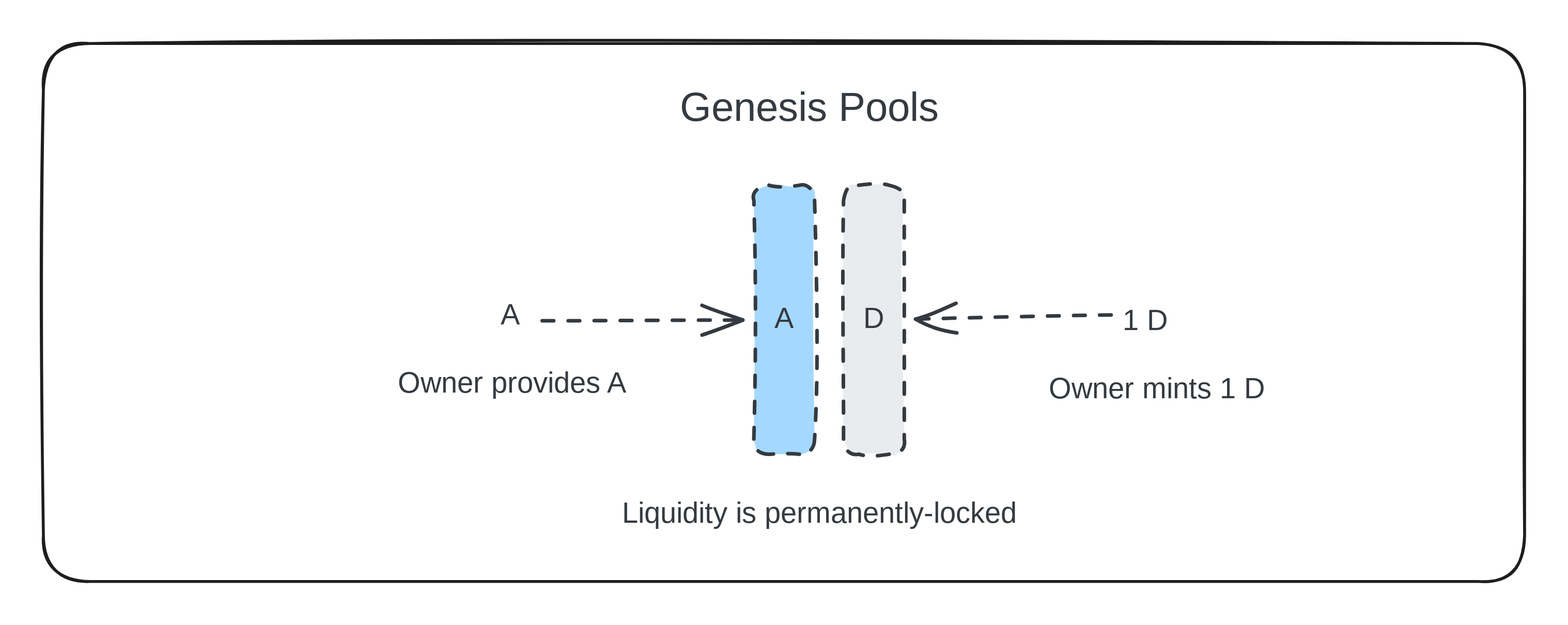
The Excalidraw diagram .gitbook/assets/file.excalidraw.svg in decaswap-labs/docs, before a commit. Source tidied: one line per element, renumbered; positions are measured from the earlier drawing's top-left corner, leaving out a move shared by most shapes.
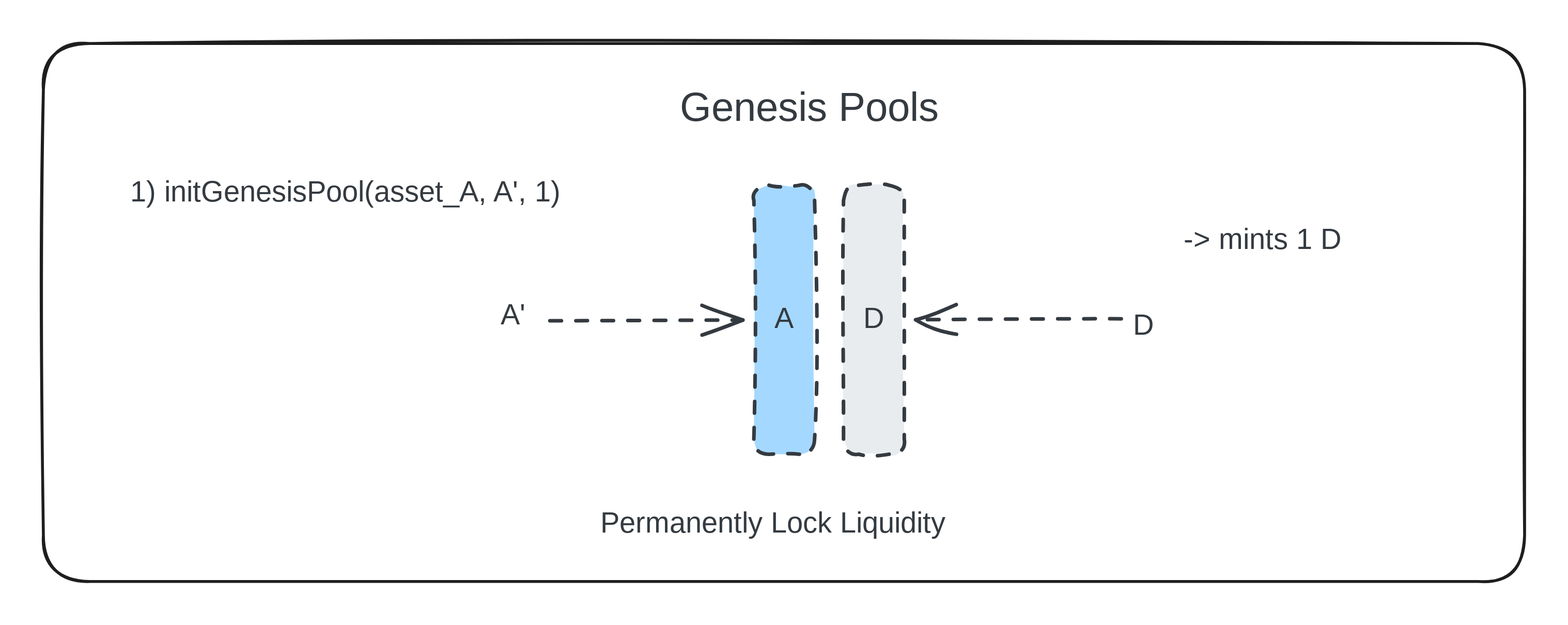
Above is the later version.

The edit, as a diff of the source:
```diff
@@ -1,13 +1,13 @@
 {"id": 0, "type": "rectangle", "strokeColor": "#343a40", "backgroundColor": "#e9ecef", "fillStyle": "solid", "strokeWidth": 2, "strokeStyle": "dashed", "roughness": 1, "round": true, "x": 553, "y": 98, "width": 42, "height": 186}
 {"id": 1, "type": "text", "text": "D", "strokeColor": "#343a40", "backgroundColor": "#e9ecef", "fillStyle": "solid", "strokeWidth": 2, "roughness": 1, "fontSize": 20, "fontFamily": 1, "textAlign": "center", "verticalAlign": "middle", "inside": 0, "x": 566, "y": 178, "width": 16, "height": 25}
-{"id": 2, "type": "arrow", "strokeColor": "#343a40", "backgroundColor": "#a5d8ff", "fillStyle": "solid", "strokeWidth": 2, "strokeStyle": "dashed", "roughness": 1, "endArrowhead": "arrow", "round": true, "from": 7, "to": 4, "x": 344, "y": 192, "width": 139, "height": 1, "points": [[0, 0], [139, -1]]}
+{"id": 2, "type": "arrow", "strokeColor": "#343a40", "backgroundColor": "#a5d8ff", "fillStyle": "solid", "strokeWidth": 2, "strokeStyle": "dashed", "roughness": 1, "endArrowhead": "arrow", "round": true, "from": 7, "to": 4, "x": 349, "y": 192, "width": 134, "height": 1, "points": [[0, 0], [134, -1]]}
-{"id": 3, "type": "arrow", "strokeColor": "#343a40", "backgroundColor": "#a5d8ff", "fillStyle": "solid", "strokeWidth": 2, "strokeStyle": "dashed", "roughness": 1, "endArrowhead": "arrow", "round": true, "from": 9, "to": 0, "x": 738, "y": 189, "width": 136, "height": 3, "points": [[0, 0], [-136, 3]]}
+{"id": 3, "type": "arrow", "strokeColor": "#343a40", "backgroundColor": "#a5d8ff", "fillStyle": "solid", "strokeWidth": 2, "strokeStyle": "dashed", "roughness": 1, "endArrowhead": "arrow", "round": true, "from": 9, "to": 0, "x": 745, "y": 192, "width": 143, "height": 0, "points": [[0, 0], [-143, 0]]}
 {"id": 4, "type": "rectangle", "strokeColor": "#343a40", "backgroundColor": "#a5d8ff", "fillStyle": "solid", "strokeWidth": 2, "strokeStyle": "dashed", "roughness": 1, "round": true, "x": 491, "y": 98, "width": 42, "height": 186}
 {"id": 5, "type": "text", "text": "A", "strokeColor": "#343a40", "backgroundColor": "#e9ecef", "fillStyle": "solid", "strokeWidth": 2, "roughness": 1, "fontSize": 20, "fontFamily": 1, "textAlign": "center", "verticalAlign": "middle", "inside": 4, "x": 506, "y": 178, "width": 13, "height": 25}
 {"id": 6, "type": "text", "text": "Genesis Pools", "strokeColor": "#343a40", "backgroundColor": "#a5d8ff", "fillStyle": "solid", "strokeWidth": 2, "strokeStyle": "dashed", "roughness": 1, "fontSize": 28, "fontFamily": 1, "x": 440, "y": 28, "width": 188, "height": 35}
-{"id": 7, "type": "text", "text": "A", "strokeColor": "#343a40", "backgroundColor": "#a5d8ff", "fillStyle": "solid", "strokeWidth": 2, "strokeStyle": "dashed", "roughness": 1, "fontSize": 20, "fontFamily": 1, "x": 316, "y": 176, "width": 13, "height": 25}
+{"id": 7, "type": "text", "text": "A'", "strokeColor": "#343a40", "backgroundColor": "#a5d8ff", "fillStyle": "solid", "strokeWidth": 2, "strokeStyle": "dashed", "roughness": 1, "fontSize": 20, "fontFamily": 1, "x": 316, "y": 176, "width": 18, "height": 25}
 {"id": 8, "type": "rectangle", "strokeColor": "#1e1e1e", "strokeWidth": 2, "roughness": 1, "round": true, "x": 0, "y": 0, "width": 1024, "height": 372}
-{"id": 9, "type": "text", "text": "1 D", "strokeColor": "#343a40", "backgroundColor": "#a5d8ff", "fillStyle": "solid", "strokeWidth": 2, "strokeStyle": "dashed", "roughness": 1, "fontSize": 20, "fontFamily": 1, "x": 746, "y": 180, "width": 31, "height": 25}
+{"id": 9, "type": "text", "text": "D", "strokeColor": "#343a40", "backgroundColor": "#a5d8ff", "fillStyle": "solid", "strokeWidth": 2, "strokeStyle": "dashed", "roughness": 1, "fontSize": 20, "fontFamily": 1, "x": 753, "y": 183, "width": 16, "height": 25}
-{"id": 10, "type": "text", "text": "Owner mints 1 D", "strokeColor": "#343a40", "backgroundColor": "#a5d8ff", "fillStyle": "solid", "strokeWidth": 2, "strokeStyle": "dashed", "roughness": 1, "fontSize": 20, "fontFamily": 1, "x": 695, "y": 227, "width": 155, "height": 25}
-{"id": 11, "type": "text", "text": "Owner provides A", "strokeColor": "#343a40", "backgroundColor": "#a5d8ff", "fillStyle": "solid", "strokeWidth": 2, "strokeStyle": "dashed", "roughness": 1, "fontSize": 20, "fontFamily": 1, "x": 245, "y": 223, "width": 166, "height": 25}
-{"id": 12, "type": "text", "text": "Liquidity is permanently-locked", "strokeColor": "#343a40", "backgroundColor": "#a5d8ff", "fillStyle": "solid", "strokeWidth": 2, "strokeStyle": "dashed", "roughness": 1, "fontSize": 20, "fontFamily": 1, "x": 400, "y": 313, "width": 292, "height": 25}
+{"id": 13, "type": "text", "text": "-> mints 1 D", "strokeColor": "#343a40", "backgroundColor": "#a5d8ff", "fillStyle": "solid", "strokeWidth": 2, "strokeStyle": "dashed", "roughness": 1, "fontSize": 20, "fontFamily": 1, "x": 788, "y": 124, "width": 117, "height": 25}
+{"id": 14, "type": "text", "text": "1) initGenesisPool(asset_A, A', 1)", "strokeColor": "#343a40", "backgroundColor": "#a5d8ff", "fillStyle": "solid", "strokeWidth": 2, "strokeStyle": "dashed", "roughness": 1, "fontSize": 20, "fontFamily": 1, "x": 60, "y": 91, "width": 321, "height": 25}
+{"id": 15, "type": "text", "text": "Permanently Lock Liquidity", "strokeColor": "#343a40", "backgroundColor": "#a5d8ff", "fillStyle": "solid", "strokeWidth": 2, "strokeStyle": "dashed", "roughness": 1, "fontSize": 20, "fontFamily": 1, "x": 385, "y": 320, "width": 257, "height": 25}
```
